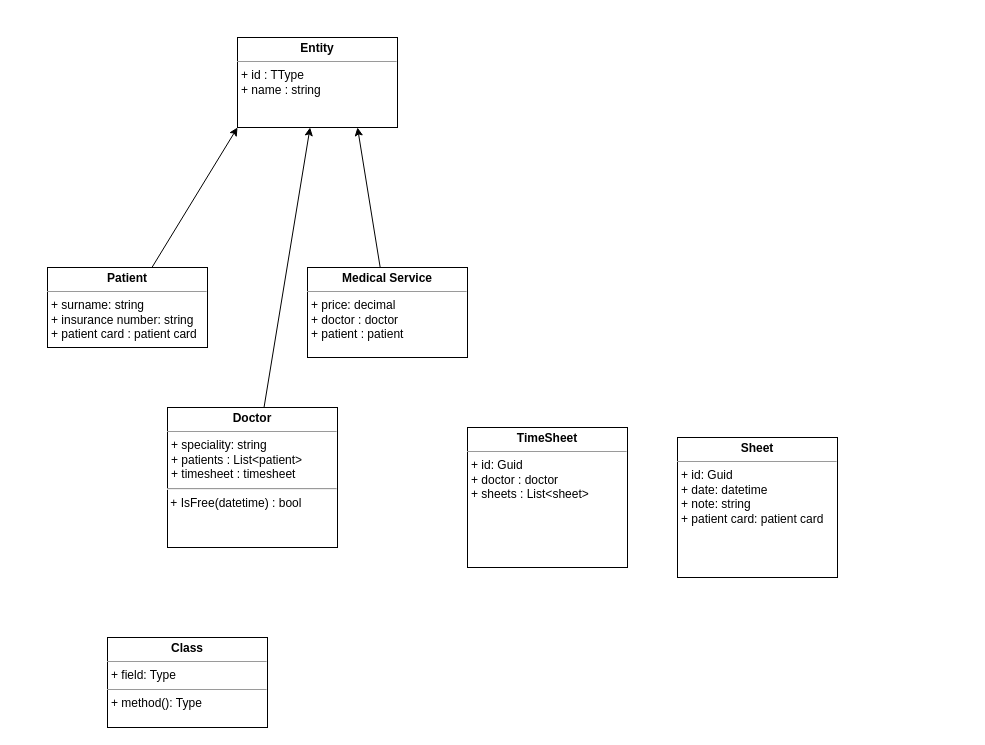
The draw.io diagram page "классы" (3 of 3) of Lesson1_DiagramWorldEvent/MedicalService.drawio in WolfManR/DB_OOP_V2, before the edit. Source tidied: cells renumbered, new cells numbered last; positions are measured from the earlier drawing's top-left corner, leaving out a move shared by most shapes. Both pictures are drawn from the tidied source at 100%, with x=0, y=0 at pixel (47, 37).
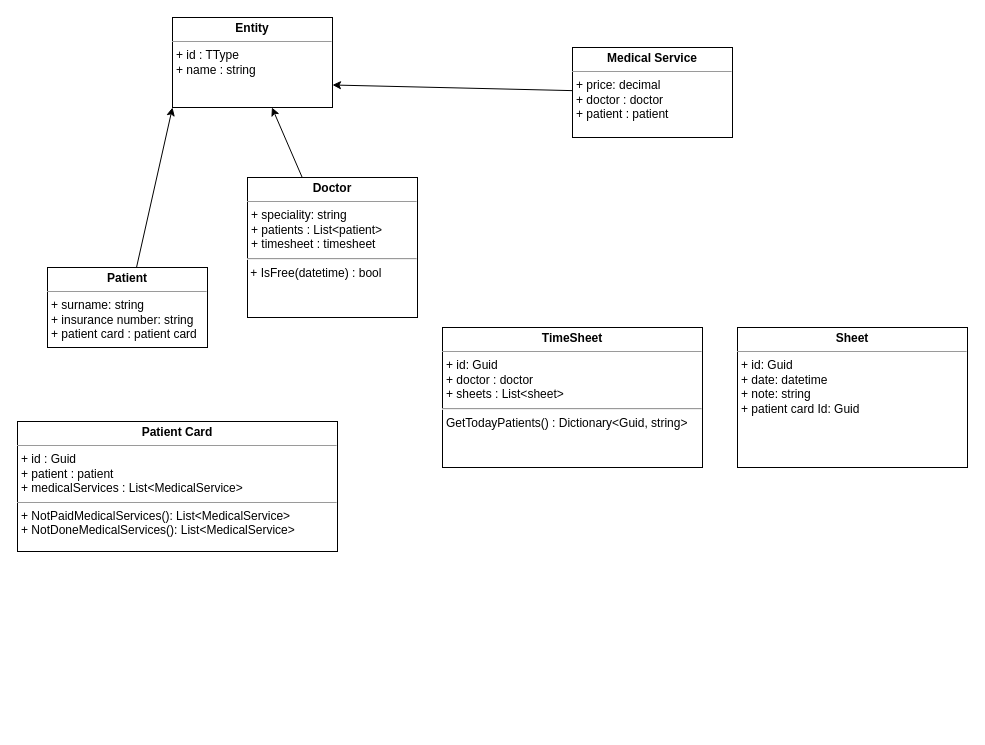
Above is the later version.

What changed in the source:
```diff
@@
 <mxGraphModel>
   <root>
     <mxCell id="0" />
     <mxCell id="1" parent="0" />
     <mxCell id="2" value="&lt;p style=&quot;margin: 0px ; margin-top: 4px ; text-align: center&quot;&gt;&lt;b&gt;Entity&lt;/b&gt;&lt;/p&gt;&lt;hr size=&quot;1&quot;&gt;&lt;p style=&quot;margin: 0px ; margin-left: 4px&quot;&gt;+ id : TType&lt;/p&gt;&lt;p style=&quot;margin: 0px ; margin-left: 4px&quot;&gt;+ name : string&lt;/p&gt;" style="verticalAlign=top;align=left;overflow=fill;fontSize=12;fontFamily=Helvetica;html=1;fillColor=#FFFFFF;" parent="1" vertex="1">
-      <mxGeometry x="190" width="160" height="90" as="geometry" />
+      <mxGeometry x="125" y="-20" width="160" height="90" as="geometry" />
     </mxCell>
-    <mxCell id="3" style="edgeStyle=none;rounded=0;jettySize=auto;html=1;entryX=0.75;entryY=1;entryDx=0;entryDy=0;fontSize=9;endArrow=classic;endFill=1;" parent="1" edge="1" source="4" target="2">
+    <mxCell id="3" style="edgeStyle=none;rounded=0;jettySize=auto;html=1;entryX=1;entryY=0.75;entryDx=0;entryDy=0;fontSize=9;endArrow=classic;endFill=1;" parent="1" edge="1" source="4" target="2">
       <mxGeometry relative="1" as="geometry" />
     </mxCell>
     <mxCell id="4" value="&lt;p style=&quot;margin: 0px ; margin-top: 4px ; text-align: center&quot;&gt;&lt;b&gt;Medical Service&lt;/b&gt;&lt;/p&gt;&lt;hr size=&quot;1&quot;&gt;&lt;p style=&quot;margin: 0px ; margin-left: 4px&quot;&gt;+ price: decimal&lt;/p&gt;&lt;p style=&quot;margin: 0px ; margin-left: 4px&quot;&gt;+ doctor : doctor&lt;/p&gt;&lt;p style=&quot;margin: 0px ; margin-left: 4px&quot;&gt;+ patient : patient&lt;/p&gt;" style="verticalAlign=top;align=left;overflow=fill;fontSize=12;fontFamily=Helvetica;html=1;fillColor=#FFFFFF;" parent="1" vertex="1">
-      <mxGeometry x="260" y="230" width="160" height="90" as="geometry" />
+      <mxGeometry x="525" y="10" width="160" height="90" as="geometry" />
     </mxCell>
     <mxCell id="5" style="edgeStyle=none;rounded=0;jettySize=auto;html=1;entryX=0;entryY=1;entryDx=0;entryDy=0;fontSize=9;endArrow=classic;endFill=1;" parent="1" edge="1" source="6" target="2">
       <mxGeometry relative="1" as="geometry" />
     </mxCell>
     <mxCell id="6" value="&lt;p style=&quot;margin: 0px ; margin-top: 4px ; text-align: center&quot;&gt;&lt;b&gt;Patient&lt;/b&gt;&lt;/p&gt;&lt;hr size=&quot;1&quot;&gt;&lt;p style=&quot;margin: 0px ; margin-left: 4px&quot;&gt;+ surname: string&lt;/p&gt;&lt;p style=&quot;margin: 0px ; margin-left: 4px&quot;&gt;+ insurance number: string&lt;/p&gt;&lt;p style=&quot;margin: 0px ; margin-left: 4px&quot;&gt;+ patient card : patient card&lt;/p&gt;" style="verticalAlign=top;align=left;overflow=fill;fontSize=12;fontFamily=Helvetica;html=1;fillColor=#FFFFFF;" parent="1" vertex="1">
       <mxGeometry y="230" width="160" height="80" as="geometry" />
     </mxCell>
     <mxCell id="7" style="edgeStyle=none;rounded=0;jettySize=auto;html=1;fontSize=9;endArrow=classic;endFill=1;" parent="1" edge="1" source="8" target="2">
       <mxGeometry relative="1" as="geometry" />
     </mxCell>
     <mxCell id="8" value="&lt;p style=&quot;margin: 0px ; margin-top: 4px ; text-align: center&quot;&gt;&lt;b&gt;Doctor&lt;/b&gt;&lt;/p&gt;&lt;hr size=&quot;1&quot;&gt;&lt;p style=&quot;margin: 0px ; margin-left: 4px&quot;&gt;+ speciality: string&lt;/p&gt;&lt;p style=&quot;margin: 0px ; margin-left: 4px&quot;&gt;+ patients : List&amp;lt;patient&amp;gt;&lt;/p&gt;&lt;p style=&quot;margin: 0px ; margin-left: 4px&quot;&gt;+ timesheet : timesheet&lt;/p&gt;&lt;hr&gt;&amp;nbsp;+ IsFree(datetime) : bool" style="verticalAlign=top;align=left;overflow=fill;fontSize=12;fontFamily=Helvetica;html=1;fillColor=#FFFFFF;" parent="1" vertex="1">
-      <mxGeometry x="120" y="370" width="170" height="140" as="geometry" />
+      <mxGeometry x="200" y="140" width="170" height="140" as="geometry" />
     </mxCell>
-    <mxCell id="9" value="&lt;p style=&quot;margin: 0px ; margin-top: 4px ; text-align: center&quot;&gt;&lt;b&gt;TimeSheet&lt;/b&gt;&lt;/p&gt;&lt;hr size=&quot;1&quot;&gt;&lt;p style=&quot;margin: 0px ; margin-left: 4px&quot;&gt;+ id: Guid&lt;/p&gt;&lt;p style=&quot;margin: 0px ; margin-left: 4px&quot;&gt;+ doctor : doctor&lt;/p&gt;&lt;p style=&quot;margin: 0px ; margin-left: 4px&quot;&gt;+ sheets : List&amp;lt;sheet&amp;gt;&lt;/p&gt;" style="verticalAlign=top;align=left;overflow=fill;fontSize=12;fontFamily=Helvetica;html=1;fillColor=#FFFFFF;" parent="1" vertex="1">
-      <mxGeometry x="420" y="390" width="160" height="140" as="geometry" />
+    <mxCell id="9" value="&lt;p style=&quot;margin: 0px ; margin-top: 4px ; text-align: center&quot;&gt;&lt;b&gt;TimeSheet&lt;/b&gt;&lt;/p&gt;&lt;hr size=&quot;1&quot;&gt;&lt;p style=&quot;margin: 0px ; margin-left: 4px&quot;&gt;+ id: Guid&lt;/p&gt;&lt;p style=&quot;margin: 0px ; margin-left: 4px&quot;&gt;+ doctor : doctor&lt;/p&gt;&lt;p style=&quot;margin: 0px ; margin-left: 4px&quot;&gt;+ sheets : List&amp;lt;sheet&amp;gt;&lt;/p&gt;&lt;hr&gt;&lt;p style=&quot;margin: 0px ; margin-left: 4px&quot;&gt;GetTodayPatients() : Dictionary&amp;lt;Guid, string&amp;gt;&amp;nbsp;&amp;nbsp;&lt;/p&gt;" style="verticalAlign=top;align=left;overflow=fill;fontSize=12;fontFamily=Helvetica;html=1;fillColor=#FFFFFF;" parent="1" vertex="1">
+      <mxGeometry x="395" y="290" width="260" height="140" as="geometry" />
     </mxCell>
-    <mxCell id="10" value="&lt;p style=&quot;margin: 0px ; margin-top: 4px ; text-align: center&quot;&gt;&lt;b&gt;Sheet&lt;/b&gt;&lt;/p&gt;&lt;hr size=&quot;1&quot;&gt;&lt;p style=&quot;margin: 0px ; margin-left: 4px&quot;&gt;+ id: Guid&lt;/p&gt;&lt;p style=&quot;margin: 0px ; margin-left: 4px&quot;&gt;+ date: datetime&lt;/p&gt;&lt;p style=&quot;margin: 0px ; margin-left: 4px&quot;&gt;+ note: string&lt;/p&gt;&lt;p style=&quot;margin: 0px ; margin-left: 4px&quot;&gt;+ patient card: patient card&lt;/p&gt;" style="verticalAlign=top;align=left;overflow=fill;fontSize=12;fontFamily=Helvetica;html=1;fillColor=#FFFFFF;" parent="1" vertex="1">
-      <mxGeometry x="630" y="400" width="160" height="140" as="geometry" />
+    <mxCell id="10" value="&lt;p style=&quot;margin: 0px ; margin-top: 4px ; text-align: center&quot;&gt;&lt;b&gt;Sheet&lt;/b&gt;&lt;/p&gt;&lt;hr size=&quot;1&quot;&gt;&lt;p style=&quot;margin: 0px ; margin-left: 4px&quot;&gt;+ id: Guid&lt;/p&gt;&lt;p style=&quot;margin: 0px ; margin-left: 4px&quot;&gt;+ date: datetime&lt;/p&gt;&lt;p style=&quot;margin: 0px ; margin-left: 4px&quot;&gt;+ note: string&lt;/p&gt;&lt;p style=&quot;margin: 0px ; margin-left: 4px&quot;&gt;+ patient card Id: Guid&lt;/p&gt;" style="verticalAlign=top;align=left;overflow=fill;fontSize=12;fontFamily=Helvetica;html=1;fillColor=#FFFFFF;" parent="1" vertex="1">
+      <mxGeometry x="690" y="290" width="230" height="140" as="geometry" />
     </mxCell>
-    <mxCell id="11" value="&lt;p style=&quot;margin:0px;margin-top:4px;text-align:center;&quot;&gt;&lt;b&gt;Class&lt;/b&gt;&lt;/p&gt;&lt;hr size=&quot;1&quot;/&gt;&lt;p style=&quot;margin:0px;margin-left:4px;&quot;&gt;+ field: Type&lt;/p&gt;&lt;hr size=&quot;1&quot;/&gt;&lt;p style=&quot;margin:0px;margin-left:4px;&quot;&gt;+ method(): Type&lt;/p&gt;" style="verticalAlign=top;align=left;overflow=fill;fontSize=12;fontFamily=Helvetica;html=1;fillColor=#FFFFFF;" parent="1" vertex="1">
-      <mxGeometry x="60" y="600" width="160" height="90" as="geometry" />
-    </mxCell>
+    <mxCell id="12" value="&lt;p style=&quot;margin: 0px ; margin-top: 4px ; text-align: center&quot;&gt;&lt;b&gt;Patient Card&lt;/b&gt;&lt;/p&gt;&lt;hr size=&quot;1&quot;&gt;&lt;p style=&quot;margin: 0px ; margin-left: 4px&quot;&gt;+ id : Guid&lt;/p&gt;&lt;p style=&quot;margin: 0px ; margin-left: 4px&quot;&gt;+ patient : patient&lt;/p&gt;&lt;p style=&quot;margin: 0px ; margin-left: 4px&quot;&gt;+ medicalServices : List&amp;lt;MedicalService&amp;gt;&lt;/p&gt;&lt;hr size=&quot;1&quot;&gt;&lt;p style=&quot;margin: 0px ; margin-left: 4px&quot;&gt;+ NotPaidMedicalServices(): List&amp;lt;MedicalService&amp;gt;&lt;/p&gt;&lt;p style=&quot;margin: 0px ; margin-left: 4px&quot;&gt;+ NotDoneMedicalServices(): List&amp;lt;MedicalService&amp;gt;&lt;/p&gt;" style="verticalAlign=top;align=left;overflow=fill;fontSize=12;fontFamily=Helvetica;html=1;fillColor=#FFFFFF;" parent="1" vertex="1">
+      <mxGeometry x="-30" y="384" width="320" height="130" as="geometry" />
+    </mxCell>
   </root>
 </mxGraphModel>
```
